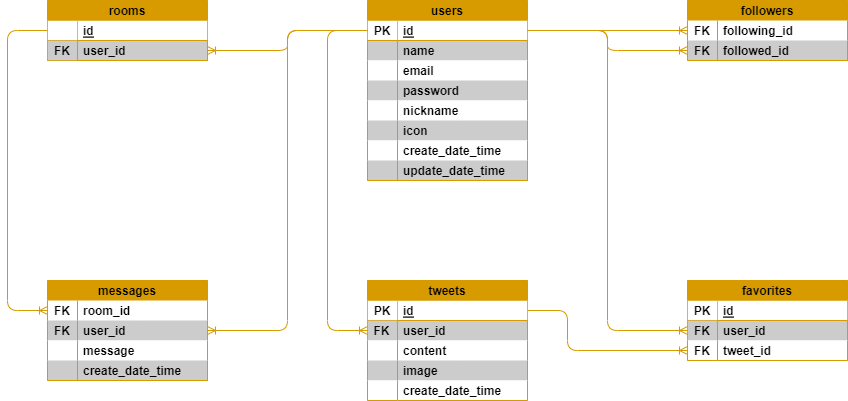
Above: doc/03.詳細設計/データベース　ER図.png in KAZ5298/Portfolio_TwitterApp (draw.io), before the change. Source tidied: cells renumbered, new cells last; positions are measured from the earlier drawing's top-left corner, leaving out a move shared by most shapes.
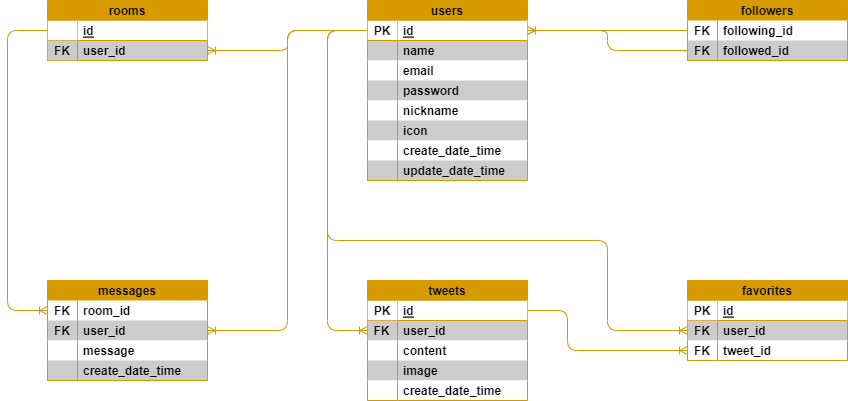
The same diagram one commit later.

Diff of the diagram source:
```diff
@@ -252,25 +252,26 @@
         </Array>
       </mxGeometry>
     </mxCell>
-    <mxCell id="82" style="fontSize=12;html=1;endArrow=ERoneToMany;fontColor=#FFFFFF;edgeStyle=orthogonalEdgeStyle;exitX=1;exitY=0.5;exitDx=0;exitDy=0;fillColor=#e51400;strokeColor=#D79B00;rounded=1;strokeWidth=1;entryX=0;entryY=0.5;entryDx=0;entryDy=0;" parent="1" edge="1" source="4" target="48">
+    <mxCell id="82" style="fontSize=12;html=1;endArrow=ERoneToMany;fontColor=#FFFFFF;edgeStyle=orthogonalEdgeStyle;exitX=0;exitY=0.5;exitDx=0;exitDy=0;fillColor=#e51400;strokeColor=#D79B00;rounded=1;strokeWidth=1;entryX=0;entryY=0.5;entryDx=0;entryDy=0;" parent="1" edge="1" source="4" target="48">
       <mxGeometry relative="1" as="geometry">
         <Array as="points">
-          <mxPoint x="600" y="30" />
+          <mxPoint x="320" y="30" />
+          <mxPoint x="320" y="240" />
+          <mxPoint x="600" y="240" />
           <mxPoint x="600" y="330" />
         </Array>
       </mxGeometry>
     </mxCell>
-    <mxCell id="83" style="fontSize=12;html=1;endArrow=ERoneToMany;fontColor=#FFFFFF;edgeStyle=orthogonalEdgeStyle;fillColor=#e51400;strokeColor=#D79B00;rounded=1;strokeWidth=1;entryX=0;entryY=0.5;entryDx=0;entryDy=0;" parent="1" edge="1" target="55">
-      <mxGeometry relative="1" as="geometry">
-        <mxPoint x="520" y="30" as="sourcePoint" />
-        <Array as="points">
-          <mxPoint x="550" y="30" />
-          <mxPoint x="550" y="30" />
-        </Array>
-      </mxGeometry>
+    <mxCell id="83" style="fontSize=12;html=1;endArrow=ERoneToMany;fontColor=#FFFFFF;edgeStyle=orthogonalEdgeStyle;fillColor=#e51400;strokeColor=#D79B00;rounded=1;strokeWidth=1;exitX=0;exitY=0.5;exitDx=0;exitDy=0;entryX=1;entryY=0.5;entryDx=0;entryDy=0;" parent="1" edge="1" source="55" target="4">
+      <mxGeometry relative="1" as="geometry" />
     </mxCell>
-    <mxCell id="84" style="fontSize=12;html=1;endArrow=ERoneToMany;fontColor=#FFFFFF;edgeStyle=orthogonalEdgeStyle;fillColor=#e51400;strokeColor=#D79B00;rounded=1;strokeWidth=1;entryX=0;entryY=0.5;entryDx=0;entryDy=0;exitX=1;exitY=0.5;exitDx=0;exitDy=0;" parent="1" edge="1" source="4" target="58">
-      <mxGeometry relative="1" as="geometry" />
+    <mxCell id="84" style="fontSize=12;html=1;endArrow=ERoneToMany;fontColor=#FFFFFF;edgeStyle=orthogonalEdgeStyle;fillColor=#e51400;strokeColor=#D79B00;rounded=1;strokeWidth=1;entryX=1;entryY=0.5;entryDx=0;entryDy=0;exitX=0;exitY=0.5;exitDx=0;exitDy=0;" parent="1" edge="1" source="58" target="4">
+      <mxGeometry relative="1" as="geometry">
+        <Array as="points">
+          <mxPoint x="600" y="50" />
+          <mxPoint x="600" y="30" />
+        </Array>
+      </mxGeometry>
     </mxCell>
     <mxCell id="85" style="fontSize=12;html=1;endArrow=ERoneToMany;fontColor=#FFFFFF;edgeStyle=orthogonalEdgeStyle;fillColor=#e51400;strokeColor=#D79B00;rounded=1;strokeWidth=1;exitX=0;exitY=0.5;exitDx=0;exitDy=0;entryX=0;entryY=0.5;entryDx=0;entryDy=0;" parent="1" edge="1" source="62" target="69">
       <mxGeometry relative="1" as="geometry">
```
